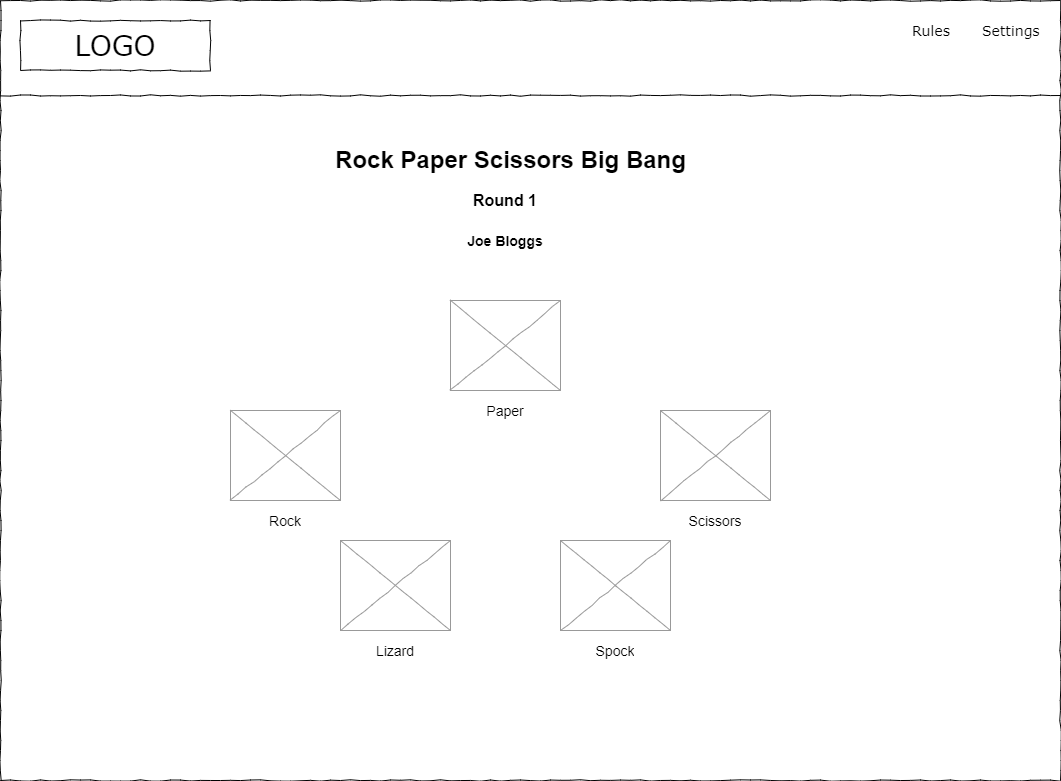
This is design/img/rps-xtreme-game-play-big-bang-large.drawio.png from ibuttimer/rock-paper-scissors-xtreme, a draw.io export, as it was before one commit. Source tidied: cells renumbered, new cells last; positions are measured from the earlier drawing's top-left corner, leaving out a move shared by most shapes.
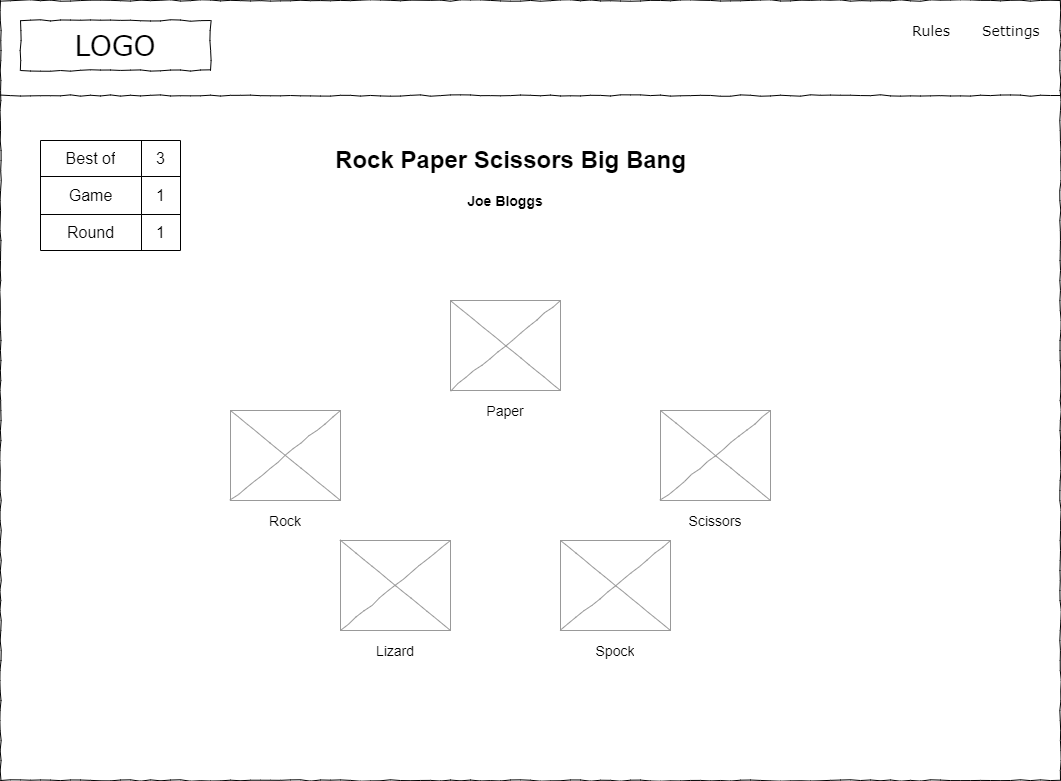
The same file after the commit.

Diff of the diagram source:
```diff
@@ -60,15 +60,40 @@
         <mxGeometry x="575" y="640" width="80" height="20" as="geometry" />
       </mxCell>
     </object>
-    <object id="18" label="&lt;b style=&quot;&quot;&gt;&lt;font style=&quot;font-size: 16px;&quot;&gt;Round 1&lt;/font&gt;&lt;/b&gt;" name="Variable" placeholders="1">
-      <mxCell style="text;html=1;strokeColor=none;fillColor=none;align=center;verticalAlign=middle;whiteSpace=wrap;overflow=hidden;" parent="1" vertex="1">
-        <mxGeometry x="425" y="180" width="160" height="40" as="geometry" />
-      </mxCell>
-    </object>
     <object id="19" label="&lt;span style=&quot;font-size: 16px;&quot;&gt;&lt;b style=&quot;font-size: 14px;&quot;&gt;Joe Bloggs&lt;/b&gt;&lt;/span&gt;" name="Variable" placeholders="1">
       <mxCell style="text;html=1;strokeColor=none;fillColor=none;align=center;verticalAlign=middle;whiteSpace=wrap;overflow=hidden;" parent="1" vertex="1">
-        <mxGeometry x="425" y="220" width="160" height="40" as="geometry" />
+        <mxGeometry x="425" y="180" width="160" height="40" as="geometry" />
       </mxCell>
     </object>
+    <mxCell id="20" style="shape=table;html=1;whiteSpace=wrap;startSize=0;fontSize=16;" parent="1" vertex="1">
+      <mxGeometry x="40" y="140" width="140" height="110" as="geometry" />
+    </mxCell>
+    <mxCell id="21" style="shape=tableRow;horizontal=0;startSize=0;swimlaneHead=0;swimlaneBody=0;top=0;left=0;bottom=0;right=0;fillColor=none;fontSize=16;" parent="20" vertex="1">
+      <mxGeometry width="140" height="36" as="geometry" />
+    </mxCell>
+    <mxCell id="22" value="Best of" style="shape=partialRectangle;html=1;whiteSpace=wrap;fillColor=none;top=0;left=0;bottom=0;right=0;overflow=hidden;fontSize=16;" parent="21" vertex="1">
+      <mxGeometry width="101" height="36" as="geometry" />
+    </mxCell>
+    <mxCell id="23" value="3" style="shape=partialRectangle;html=1;whiteSpace=wrap;fillColor=none;top=0;left=0;bottom=0;right=0;overflow=hidden;fontSize=16;" parent="21" vertex="1">
+      <mxGeometry x="101" width="39" height="36" as="geometry" />
+    </mxCell>
+    <mxCell id="24" style="shape=tableRow;horizontal=0;startSize=0;swimlaneHead=0;swimlaneBody=0;top=0;left=0;bottom=0;right=0;fillColor=none;fontSize=16;" parent="20" vertex="1">
+      <mxGeometry y="36" width="140" height="38" as="geometry" />
+    </mxCell>
+    <mxCell id="25" value="Game" style="shape=partialRectangle;html=1;whiteSpace=wrap;fillColor=none;top=0;left=0;bottom=0;right=0;overflow=hidden;fontSize=16;" parent="24" vertex="1">
+      <mxGeometry width="101" height="38" as="geometry" />
+    </mxCell>
+    <mxCell id="26" value="1" style="shape=partialRectangle;html=1;whiteSpace=wrap;fillColor=none;top=0;left=0;bottom=0;right=0;overflow=hidden;fontSize=16;" parent="24" vertex="1">
+      <mxGeometry x="101" width="39" height="38" as="geometry" />
+    </mxCell>
+    <mxCell id="27" style="shape=tableRow;horizontal=0;startSize=0;swimlaneHead=0;swimlaneBody=0;top=0;left=0;bottom=0;right=0;fillColor=none;fontSize=16;" parent="20" vertex="1">
+      <mxGeometry y="74" width="140" height="36" as="geometry" />
+    </mxCell>
+    <mxCell id="28" value="Round" style="shape=partialRectangle;html=1;whiteSpace=wrap;fillColor=none;top=0;left=0;bottom=0;right=0;overflow=hidden;fontSize=16;" parent="27" vertex="1">
+      <mxGeometry width="101" height="36" as="geometry" />
+    </mxCell>
+    <mxCell id="29" value="1" style="shape=partialRectangle;html=1;whiteSpace=wrap;fillColor=none;top=0;left=0;bottom=0;right=0;overflow=hidden;fontSize=16;" parent="27" vertex="1">
+      <mxGeometry x="101" width="39" height="36" as="geometry" />
+    </mxCell>
   </root>
 </mxGraphModel>
```
